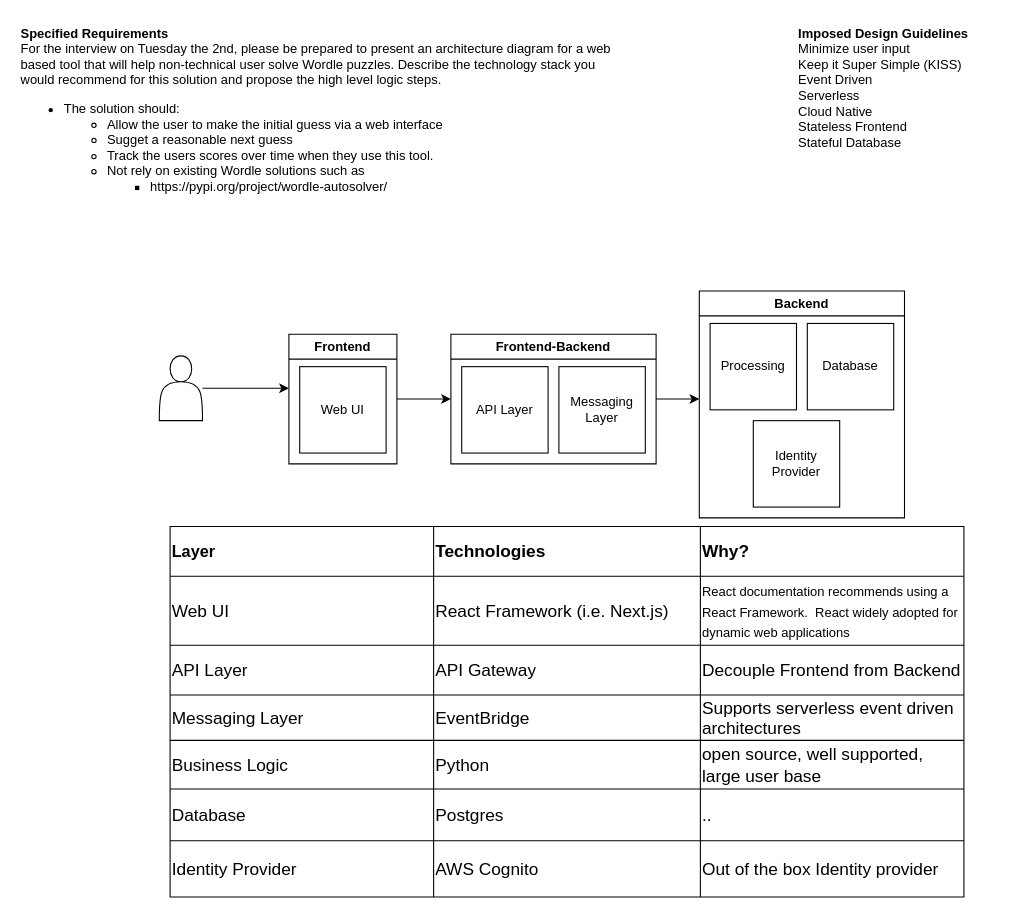
This is page "overview" (1 of 2) of Untitled Diagram.drawio from BriceBuilder/worldle-assistant, a draw.io file, before an edit. Source tidied: cells renumbered, new cells numbered last; positions are measured from the earlier drawing's top-left corner, leaving out a move shared by most shapes. Both pictures are drawn from the tidied source at 108%, with x=0, y=0 at pixel (18, 18).
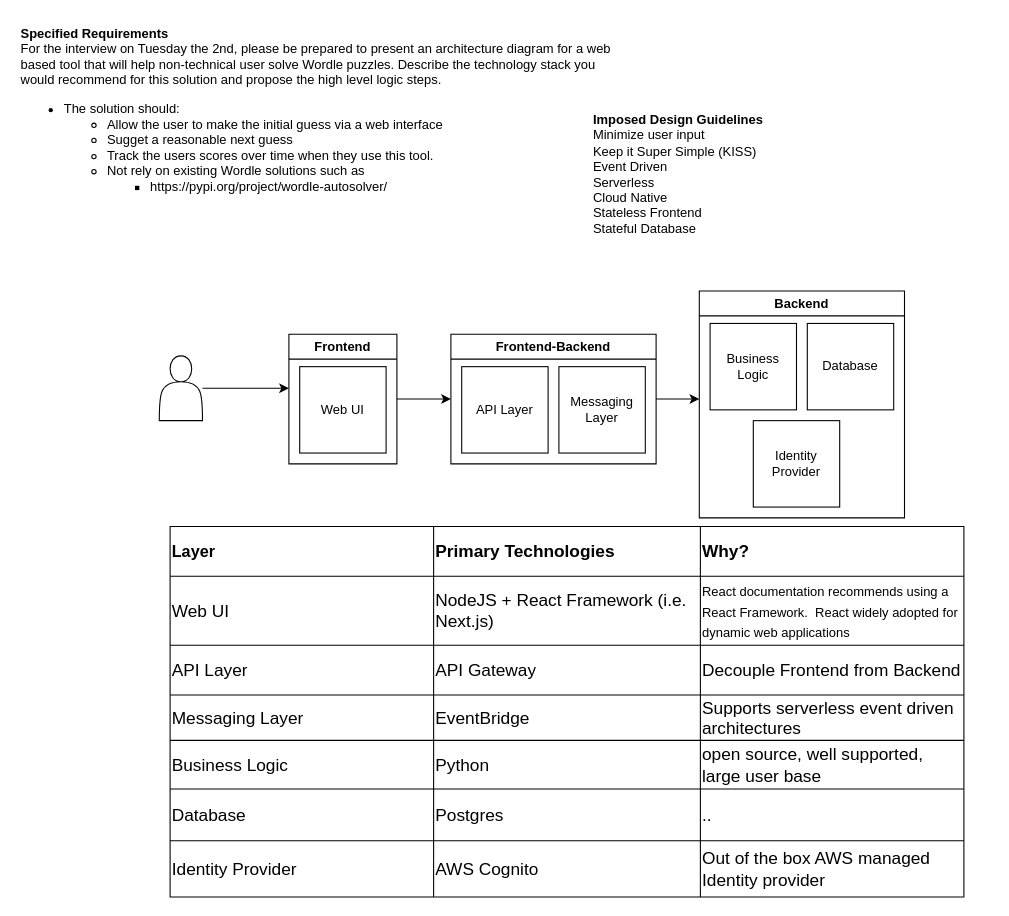
The same page after the edit.

The change refers to these unchanged cells:
```xml
<mxCell id="6" style="shape=tableRow;horizontal=0;startSize=0;swimlaneHead=0;swimlaneBody=0;strokeColor=inherit;top=0;left=0;bottom=0;right=0;fillColor=none;fontSize=16;align=left;" parent="5" vertex="1">
  <mxGeometry width="735" height="46" as="geometry" />
</mxCell>
<mxCell id="10" style="shape=tableRow;horizontal=0;startSize=0;swimlaneHead=0;swimlaneBody=0;strokeColor=inherit;top=0;left=0;bottom=0;right=0;fillColor=none;fontSize=16;align=left;" parent="5" vertex="1">
  <mxGeometry y="46" width="735" height="64" as="geometry" />
</mxCell>
<mxCell id="30" style="shape=tableRow;horizontal=0;startSize=0;swimlaneHead=0;swimlaneBody=0;strokeColor=inherit;top=0;left=0;bottom=0;right=0;fillColor=none;fontSize=16;align=left;" parent="5" vertex="1">
  <mxGeometry y="291" width="735" height="52" as="geometry" />
</mxCell>
<mxCell id="39" value="Backend" style="swimlane;whiteSpace=wrap;html=1;" parent="1" vertex="1">
  <mxGeometry x="630" y="252" width="190" height="210" as="geometry" />
</mxCell>
```

The edit, as a diff of the source:
```diff
@@
     <mxCell id="4" value="&lt;b&gt;Imposed Design Guidelines&lt;br&gt;&lt;/b&gt;Minimize user input&lt;br&gt;Keep it Super Simple (KISS)&lt;br&gt;Event Driven&lt;br&gt;Serverless&lt;br&gt;Cloud Native&lt;br&gt;Stateless Frontend&lt;br&gt;Stateful Database" style="text;whiteSpace=wrap;html=1;" parent="1" vertex="1">
-      <mxGeometry x="720" width="180" height="140" as="geometry" />
+      <mxGeometry x="530" y="80" width="180" height="140" as="geometry" />
     </mxCell>
@@
-    <mxCell id="8" value="&lt;b&gt;Technologies&lt;/b&gt;" style="shape=partialRectangle;html=1;whiteSpace=wrap;strokeColor=inherit;overflow=hidden;fillColor=none;top=0;left=0;bottom=0;right=0;fontSize=16;align=left;" parent="6" vertex="1">
+    <mxCell id="8" value="&lt;b&gt;Primary Technologies&lt;/b&gt;" style="shape=partialRectangle;html=1;whiteSpace=wrap;strokeColor=inherit;overflow=hidden;fillColor=none;top=0;left=0;bottom=0;right=0;fontSize=16;align=left;" parent="6" vertex="1">
       <mxGeometry x="244" width="247" height="46" as="geometry" />
     </mxCell>
@@
-    <mxCell id="12" value="React Framework (i.e. Next.js)" style="shape=partialRectangle;html=1;whiteSpace=wrap;strokeColor=inherit;overflow=hidden;fillColor=none;top=0;left=0;bottom=0;right=0;fontSize=16;align=left;" parent="10" vertex="1">
+    <mxCell id="12" value="NodeJS + React Framework (i.e. Next.js)" style="shape=partialRectangle;html=1;whiteSpace=wrap;strokeColor=inherit;overflow=hidden;fillColor=none;top=0;left=0;bottom=0;right=0;fontSize=16;align=left;" parent="10" vertex="1">
       <mxGeometry x="244" width="247" height="64" as="geometry" />
     </mxCell>
@@
-    <mxCell id="33" value="Out of the box Identity provider" style="shape=partialRectangle;html=1;whiteSpace=wrap;strokeColor=inherit;overflow=hidden;fillColor=none;top=0;left=0;bottom=0;right=0;fontSize=16;align=left;" parent="30" vertex="1">
+    <mxCell id="33" value="Out of the box AWS managed Identity provider" style="shape=partialRectangle;html=1;whiteSpace=wrap;strokeColor=inherit;overflow=hidden;fillColor=none;top=0;left=0;bottom=0;right=0;fontSize=16;align=left;" parent="30" vertex="1">
       <mxGeometry x="491" width="244" height="52" as="geometry" />
     </mxCell>
@@
-    <mxCell id="40" value="Processing" style="whiteSpace=wrap;html=1;" parent="39" vertex="1">
+    <mxCell id="40" value="Business Logic" style="whiteSpace=wrap;html=1;" parent="39" vertex="1">
       <mxGeometry x="10" y="30" width="80" height="80" as="geometry" />
     </mxCell>
```
